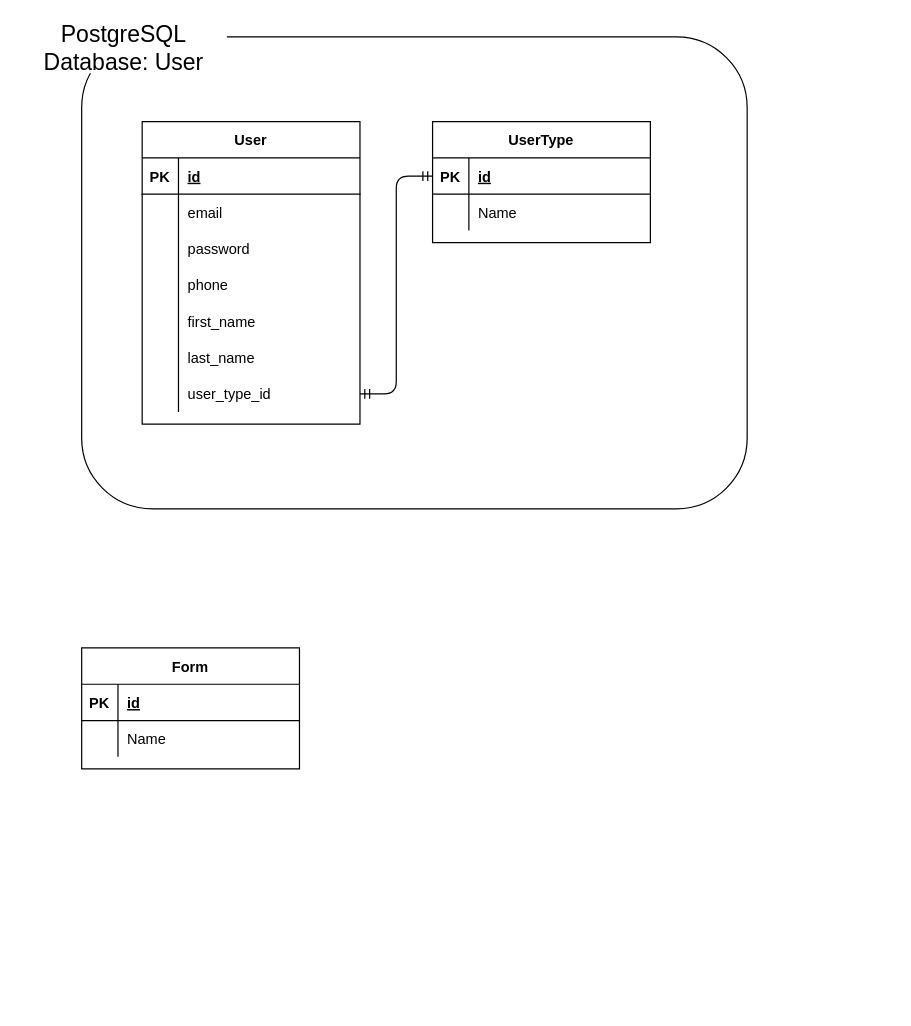
Before: documentation/database.drawio in muriloarelhano/go-devrel-backend, a draw.io diagram. Source tidied: cells renumbered, new cells numbered last; positions are measured from the earlier drawing's top-left corner, leaving out a move shared by most shapes. Both pictures are drawn from the tidied source at 121%, with x=0, y=0 at pixel (21, 24).
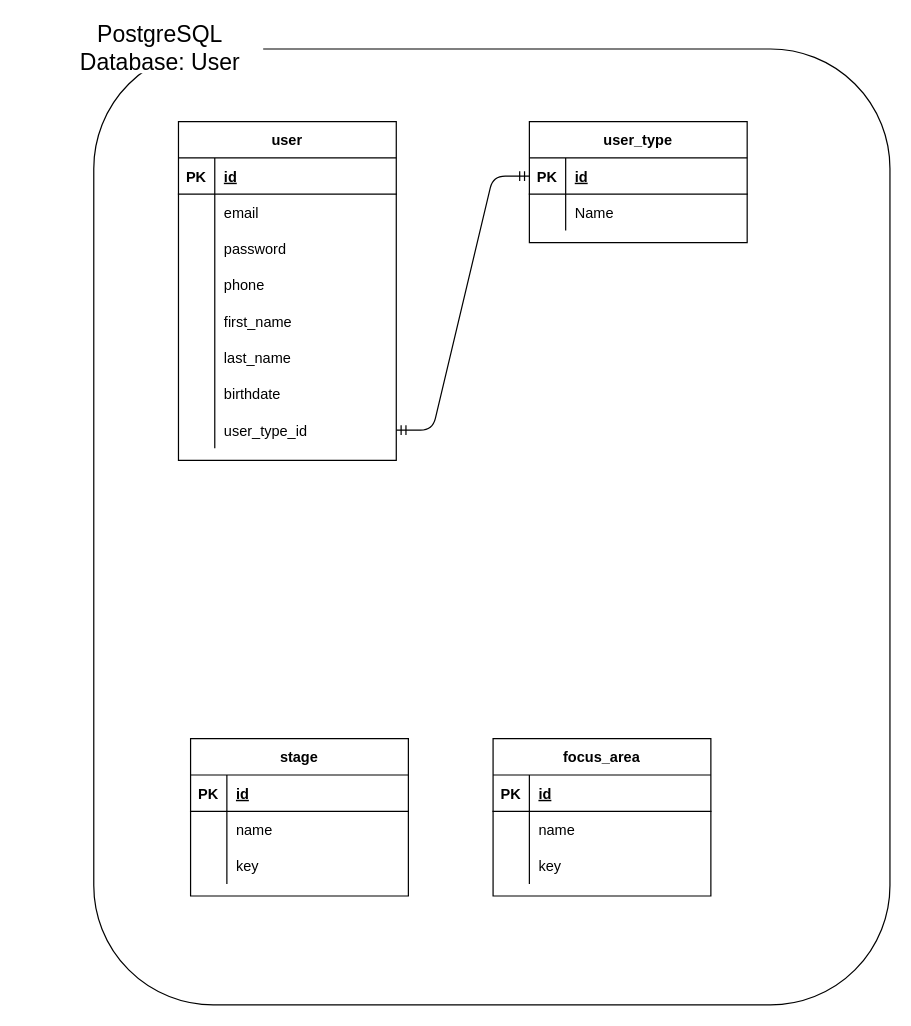
The same diagram, later.

Unchanged cells that the change refers to:
```xml
<mxCell id="29" style="shape=partialRectangle;fillColor=none;top=0;left=0;bottom=0;right=0;" parent="25" vertex="1">
  <mxGeometry y="60" width="180" height="30" as="geometry" />
</mxCell>
```

Change to the diagram source:
```diff
@@
     <mxCell id="2" style="rounded=1;whiteSpace=wrap;html=1;fillColor=none;" parent="1" vertex="1">
-      <mxGeometry x="50" y="10" width="550" height="390" as="geometry" />
+      <mxGeometry x="60" y="20" width="658" height="790" as="geometry" />
     </mxCell>
-    <mxCell id="3" value="User" style="shape=table;startSize=30;childLayout=tableLayout;rowLines=0;fontStyle=1;align=center;" parent="1" vertex="1">
-      <mxGeometry x="100" y="80" width="180" height="250" as="geometry" />
+    <mxCell id="3" value="user" style="shape=table;startSize=30;childLayout=tableLayout;rowLines=0;fontStyle=1;align=center;" parent="1" vertex="1">
+      <mxGeometry x="130" y="80" width="180" height="280" as="geometry" />
     </mxCell>
@@
+    <mxCell id="41" style="shape=partialRectangle;fillColor=none;top=0;left=0;bottom=0;right=0;" parent="3" vertex="1">
+      <mxGeometry y="210" width="180" height="30" as="geometry" />
+    </mxCell>
+    <mxCell id="42" style="shape=partialRectangle;fillColor=none;top=0;left=0;bottom=0;right=0;overflow=hidden;" parent="41" vertex="1">
+      <mxGeometry width="30" height="30" as="geometry" />
+    </mxCell>
+    <mxCell id="43" value="birthdate" style="shape=partialRectangle;fillColor=none;top=0;left=0;bottom=0;right=0;align=left;spacingLeft=6;overflow=hidden;" parent="41" vertex="1">
+      <mxGeometry x="30" width="150" height="30" as="geometry" />
+    </mxCell>
     <mxCell id="22" style="shape=partialRectangle;fillColor=none;top=0;left=0;bottom=0;right=0;points=[[0,0.5],[1,0.5]];portConstraint=eastwest;" parent="3" vertex="1">
-      <mxGeometry y="210" width="180" height="30" as="geometry" />
+      <mxGeometry y="240" width="180" height="30" as="geometry" />
     </mxCell>
@@
-    <mxCell id="25" value="Form" style="shape=table;startSize=30;childLayout=tableLayout;rowLines=0;fontStyle=1;align=center;" parent="1" vertex="1">
-      <mxGeometry x="50" y="515" width="180" height="100" as="geometry" />
+    <mxCell id="25" value="focus_area" style="shape=table;startSize=30;childLayout=tableLayout;rowLines=0;fontStyle=1;align=center;" parent="1" vertex="1">
+      <mxGeometry x="390" y="590" width="180" height="130" as="geometry" />
     </mxCell>
@@
-    <mxCell id="31" value="Name" style="shape=partialRectangle;fillColor=none;top=0;left=0;bottom=0;right=0;align=left;spacingLeft=6;overflow=hidden;" parent="29" vertex="1">
+    <mxCell id="31" value="name" style="shape=partialRectangle;fillColor=none;top=0;left=0;bottom=0;right=0;align=left;spacingLeft=6;overflow=hidden;" parent="29" vertex="1">
       <mxGeometry x="30" width="150" height="30" as="geometry" />
     </mxCell>
+    <mxCell id="44" style="shape=partialRectangle;fillColor=none;top=0;left=0;bottom=0;right=0;" parent="25" vertex="1">
+      <mxGeometry y="90" width="180" height="30" as="geometry" />
+    </mxCell>
+    <mxCell id="45" style="shape=partialRectangle;fillColor=none;top=0;left=0;bottom=0;right=0;overflow=hidden;" parent="44" vertex="1">
+      <mxGeometry width="30" height="30" as="geometry" />
+    </mxCell>
+    <mxCell id="46" value="key" style="shape=partialRectangle;fillColor=none;top=0;left=0;bottom=0;right=0;align=left;spacingLeft=6;overflow=hidden;" parent="44" vertex="1">
+      <mxGeometry x="30" width="150" height="30" as="geometry" />
+    </mxCell>
     <mxCell id="32" value="PostgreSQL&lt;br style=&quot;font-size: 19px&quot;&gt;Database: User" style="text;html=1;align=center;verticalAlign=middle;whiteSpace=wrap;rounded=1;strokeWidth=1;fontSize=19;fillColor=default;perimeterSpacing=1;gradientColor=none;" parent="1" vertex="1">
-      <mxGeometry width="170" height="40" as="geometry" />
+      <mxGeometry x="30" width="170" height="40" as="geometry" />
     </mxCell>
-    <mxCell id="33" value="UserType" style="shape=table;startSize=30;childLayout=tableLayout;rowLines=0;fontStyle=1;align=center;" parent="1" vertex="1">
-      <mxGeometry x="340" y="80" width="180" height="100" as="geometry" />
+    <mxCell id="33" value="user_type" style="shape=table;startSize=30;childLayout=tableLayout;rowLines=0;fontStyle=1;align=center;" parent="1" vertex="1">
+      <mxGeometry x="420" y="80" width="180" height="100" as="geometry" />
     </mxCell>
@@
+    <mxCell id="47" value="stage" style="shape=table;startSize=30;childLayout=tableLayout;rowLines=0;fontStyle=1;align=center;" parent="1" vertex="1">
+      <mxGeometry x="140" y="590" width="180" height="130" as="geometry" />
+    </mxCell>
+    <mxCell id="48" style="shape=partialRectangle;fillColor=none;top=0;left=0;bottom=1;right=0;" parent="47" vertex="1">
+      <mxGeometry y="30" width="180" height="30" as="geometry" />
+    </mxCell>
+    <mxCell id="49" value="PK" style="shape=partialRectangle;fillColor=none;top=0;left=0;bottom=0;right=0;fontStyle=1;overflow=hidden;" parent="48" vertex="1">
+      <mxGeometry width="30" height="30" as="geometry" />
+    </mxCell>
+    <mxCell id="50" value="id" style="shape=partialRectangle;fillColor=none;top=0;left=0;bottom=0;right=0;align=left;spacingLeft=6;fontStyle=5;overflow=hidden;" parent="48" vertex="1">
+      <mxGeometry x="30" width="150" height="30" as="geometry" />
+    </mxCell>
+    <mxCell id="51" style="shape=partialRectangle;fillColor=none;top=0;left=0;bottom=0;right=0;" parent="47" vertex="1">
+      <mxGeometry y="60" width="180" height="30" as="geometry" />
+    </mxCell>
+    <mxCell id="52" style="shape=partialRectangle;fillColor=none;top=0;left=0;bottom=0;right=0;overflow=hidden;" parent="51" vertex="1">
+      <mxGeometry width="30" height="30" as="geometry" />
+    </mxCell>
+    <mxCell id="53" value="name" style="shape=partialRectangle;fillColor=none;top=0;left=0;bottom=0;right=0;align=left;spacingLeft=6;overflow=hidden;" parent="51" vertex="1">
+      <mxGeometry x="30" width="150" height="30" as="geometry" />
+    </mxCell>
+    <mxCell id="54" style="shape=partialRectangle;fillColor=none;top=0;left=0;bottom=0;right=0;" parent="47" vertex="1">
+      <mxGeometry y="90" width="180" height="30" as="geometry" />
+    </mxCell>
+    <mxCell id="55" style="shape=partialRectangle;fillColor=none;top=0;left=0;bottom=0;right=0;overflow=hidden;" parent="54" vertex="1">
+      <mxGeometry width="30" height="30" as="geometry" />
+    </mxCell>
+    <mxCell id="56" value="key" style="shape=partialRectangle;fillColor=none;top=0;left=0;bottom=0;right=0;align=left;spacingLeft=6;overflow=hidden;" parent="54" vertex="1">
+      <mxGeometry x="30" width="150" height="30" as="geometry" />
+    </mxCell>
```
